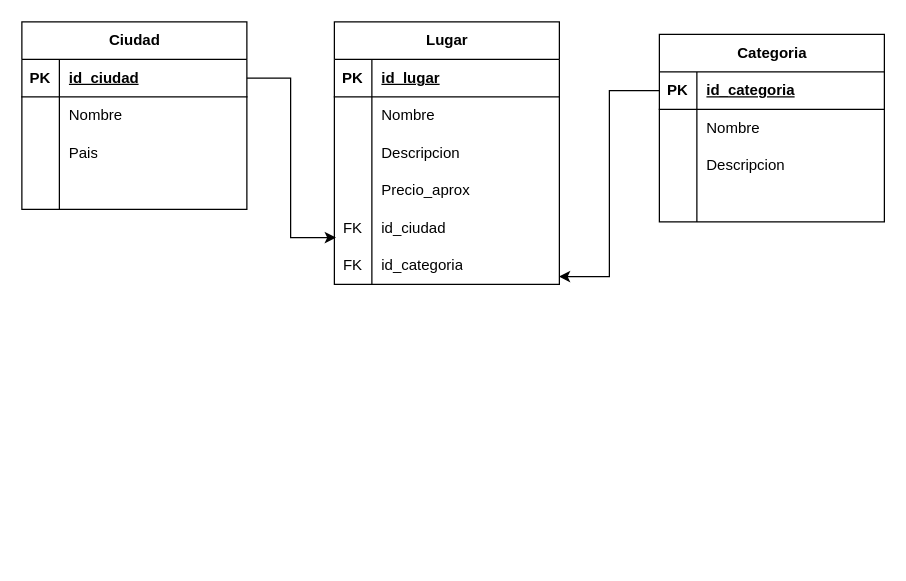
danilogar019-dotcom/erasmate-backend keeps this draw.io diagram as page "UML" (2 of 2) of docs/diagramas.drawio. Above is the earlier version. Source tidied: cells renumbered, new cells numbered last; positions are measured from the earlier drawing's top-left corner, leaving out a move shared by most shapes. Both pictures are drawn from the tidied source at 125%, with x=0, y=0 at pixel (21, 21).
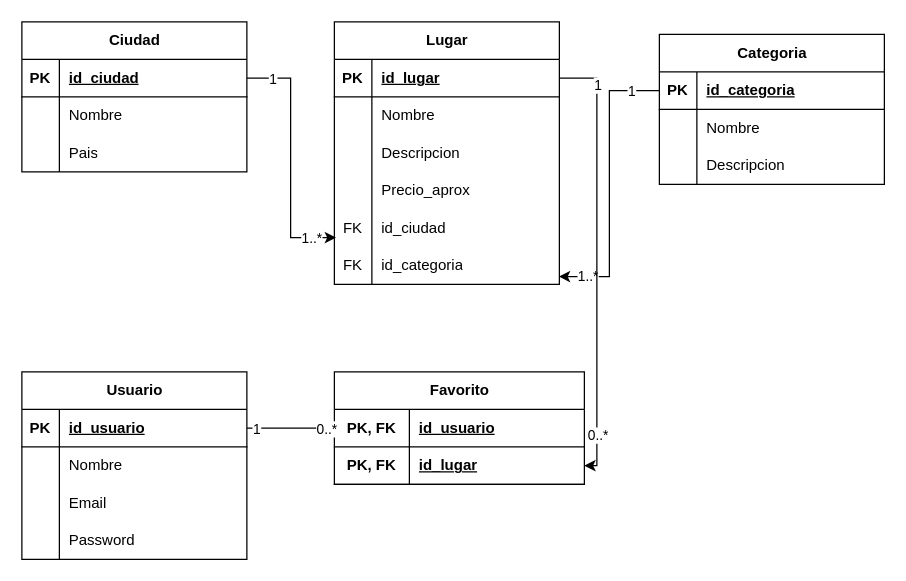
The same diagram, later.

Commit message (it also covers changes not shown here):
Ampliar modelo con Usuario y favoritos

Unchanged cells that the change refers to:
```xml
<mxCell id="16" style="shape=tableRow;horizontal=0;startSize=0;swimlaneHead=0;swimlaneBody=0;fillColor=none;points=[[0,0.5],[1,0.5]];portConstraint=eastwest;top=0;left=0;right=0;bottom=1;" parent="15" vertex="1">
  <mxGeometry y="30" width="180" height="30" as="geometry" />
</mxCell>
<mxCell id="47" style="edgeStyle=orthogonalEdgeStyle;rounded=0;jettySize=auto;html=1;exitX=1;exitY=0.5;exitDx=0;exitDy=0;entryX=0.007;entryY=0.753;entryDx=0;entryDy=0;entryPerimeter=0;" parent="1" edge="1" source="3" target="28">
  <mxGeometry relative="1" as="geometry" />
</mxCell>
<mxCell id="48" style="edgeStyle=orthogonalEdgeStyle;rounded=0;jettySize=auto;html=1;exitX=0;exitY=0.5;exitDx=0;exitDy=0;entryX=0.998;entryY=0.793;entryDx=0;entryDy=0;entryPerimeter=0;" parent="1" edge="1" source="35" target="31">
  <mxGeometry relative="1" as="geometry" />
</mxCell>
```

What changed in the source:
```diff
@@
     <mxCell id="2" value="Ciudad" style="shape=table;startSize=30;childLayout=tableLayout;rowLines=0;fontStyle=1;align=center;html=1;" parent="1" vertex="1">
-      <mxGeometry width="180" height="150" as="geometry" />
+      <mxGeometry width="180" height="120" as="geometry" />
     </mxCell>
@@
-    <mxCell id="12" style="shape=tableRow;horizontal=0;startSize=0;swimlaneHead=0;swimlaneBody=0;fillColor=none;top=0;left=0;right=0;bottom=0;" parent="2" vertex="1">
-      <mxGeometry y="120" width="180" height="30" as="geometry" />
-    </mxCell>
-    <mxCell id="13" style="shape=partialRectangle;fillColor=none;top=0;left=0;bottom=0;right=0;overflow=hidden;whiteSpace=wrap;html=1;" parent="12" vertex="1">
-      <mxGeometry width="30" height="30" as="geometry" />
-    </mxCell>
-    <mxCell id="14" style="shape=partialRectangle;fillColor=none;top=0;left=0;bottom=0;right=0;align=left;spacingLeft=6;overflow=hidden;whiteSpace=wrap;html=1;" parent="12" vertex="1">
-      <mxGeometry x="30" width="150" height="30" as="geometry" />
-    </mxCell>
@@
     <mxCell id="34" value="Categoria" style="shape=table;startSize=30;childLayout=tableLayout;rowLines=0;fontStyle=1;align=center;html=1;" parent="1" vertex="1">
-      <mxGeometry x="510" y="10" width="180" height="150" as="geometry" />
+      <mxGeometry x="510" y="10" width="180" height="120" as="geometry" />
     </mxCell>
@@
-    <mxCell id="44" style="shape=tableRow;horizontal=0;startSize=0;swimlaneHead=0;swimlaneBody=0;fillColor=none;top=0;left=0;right=0;bottom=0;" parent="34" vertex="1">
-      <mxGeometry y="120" width="180" height="30" as="geometry" />
-    </mxCell>
-    <mxCell id="45" style="shape=partialRectangle;fillColor=none;top=0;left=0;bottom=0;right=0;overflow=hidden;whiteSpace=wrap;html=1;" parent="44" vertex="1">
-      <mxGeometry width="30" height="30" as="geometry" />
-    </mxCell>
-    <mxCell id="46" style="shape=partialRectangle;fillColor=none;top=0;left=0;bottom=0;right=0;align=left;spacingLeft=6;overflow=hidden;whiteSpace=wrap;html=1;" parent="44" vertex="1">
-      <mxGeometry x="30" width="150" height="30" as="geometry" />
-    </mxCell>
@@
+    <mxCell id="49" value="Usuario" style="shape=table;startSize=30;childLayout=tableLayout;rowLines=0;fontStyle=1;align=center;html=1;" parent="1" vertex="1">
+      <mxGeometry y="280" width="180" height="150" as="geometry" />
+    </mxCell>
+    <mxCell id="50" style="shape=tableRow;horizontal=0;startSize=0;swimlaneHead=0;swimlaneBody=0;fillColor=none;points=[[0,0.5],[1,0.5]];portConstraint=eastwest;top=0;left=0;right=0;bottom=1;" parent="49" vertex="1">
+      <mxGeometry y="30" width="180" height="30" as="geometry" />
+    </mxCell>
+    <mxCell id="51" value="PK" style="shape=partialRectangle;fillColor=none;top=0;left=0;bottom=0;right=0;fontStyle=1;overflow=hidden;whiteSpace=wrap;html=1;" parent="50" vertex="1">
+      <mxGeometry width="30" height="30" as="geometry" />
+    </mxCell>
+    <mxCell id="52" value="id_usuario" style="shape=partialRectangle;fillColor=none;top=0;left=0;bottom=0;right=0;align=left;spacingLeft=6;fontStyle=5;overflow=hidden;whiteSpace=wrap;html=1;" parent="50" vertex="1">
+      <mxGeometry x="30" width="150" height="30" as="geometry" />
+    </mxCell>
+    <mxCell id="53" style="shape=tableRow;horizontal=0;startSize=0;swimlaneHead=0;swimlaneBody=0;fillColor=none;top=0;left=0;right=0;bottom=0;" parent="49" vertex="1">
+      <mxGeometry y="60" width="180" height="30" as="geometry" />
+    </mxCell>
+    <mxCell id="54" style="shape=partialRectangle;fillColor=none;top=0;left=0;bottom=0;right=0;overflow=hidden;whiteSpace=wrap;html=1;" parent="53" vertex="1">
+      <mxGeometry width="30" height="30" as="geometry" />
+    </mxCell>
+    <mxCell id="55" value="Nombre" style="shape=partialRectangle;fillColor=none;top=0;left=0;bottom=0;right=0;align=left;spacingLeft=6;overflow=hidden;whiteSpace=wrap;html=1;" parent="53" vertex="1">
+      <mxGeometry x="30" width="150" height="30" as="geometry" />
+    </mxCell>
+    <mxCell id="56" style="shape=tableRow;horizontal=0;startSize=0;swimlaneHead=0;swimlaneBody=0;fillColor=none;top=0;left=0;right=0;bottom=0;" parent="49" vertex="1">
+      <mxGeometry y="90" width="180" height="30" as="geometry" />
+    </mxCell>
+    <mxCell id="57" style="shape=partialRectangle;fillColor=none;top=0;left=0;bottom=0;right=0;overflow=hidden;whiteSpace=wrap;html=1;" parent="56" vertex="1">
+      <mxGeometry width="30" height="30" as="geometry" />
+    </mxCell>
+    <mxCell id="58" value="Email" style="shape=partialRectangle;fillColor=none;top=0;left=0;bottom=0;right=0;align=left;spacingLeft=6;overflow=hidden;whiteSpace=wrap;html=1;" parent="56" vertex="1">
+      <mxGeometry x="30" width="150" height="30" as="geometry" />
+    </mxCell>
+    <mxCell id="59" style="shape=tableRow;horizontal=0;startSize=0;swimlaneHead=0;swimlaneBody=0;fillColor=none;top=0;left=0;right=0;bottom=0;" parent="49" vertex="1">
+      <mxGeometry y="120" width="180" height="30" as="geometry" />
+    </mxCell>
+    <mxCell id="60" style="shape=partialRectangle;fillColor=none;top=0;left=0;bottom=0;right=0;overflow=hidden;whiteSpace=wrap;html=1;" parent="59" vertex="1">
+      <mxGeometry width="30" height="30" as="geometry" />
+    </mxCell>
+    <mxCell id="61" value="Password" style="shape=partialRectangle;fillColor=none;top=0;left=0;bottom=0;right=0;align=left;spacingLeft=6;overflow=hidden;whiteSpace=wrap;html=1;" parent="59" vertex="1">
+      <mxGeometry x="30" width="150" height="30" as="geometry" />
+    </mxCell>
+    <mxCell id="62" value="Favorito" style="shape=table;startSize=30;childLayout=tableLayout;rowLines=0;fontStyle=1;align=center;html=1;" parent="1" vertex="1">
+      <mxGeometry x="250" y="280" width="200" height="90" as="geometry" />
+    </mxCell>
+    <mxCell id="63" style="shape=tableRow;horizontal=0;startSize=0;swimlaneHead=0;swimlaneBody=0;fillColor=none;points=[[0,0.5],[1,0.5]];portConstraint=eastwest;top=0;left=0;right=0;bottom=1;" parent="62" vertex="1">
+      <mxGeometry y="30" width="200" height="30" as="geometry" />
+    </mxCell>
+    <mxCell id="64" value="PK, FK" style="shape=partialRectangle;fillColor=none;top=0;left=0;bottom=0;right=0;fontStyle=1;overflow=hidden;whiteSpace=wrap;html=1;" parent="63" vertex="1">
+      <mxGeometry width="60" height="30" as="geometry" />
+    </mxCell>
+    <mxCell id="65" value="id_usuario" style="shape=partialRectangle;fillColor=none;top=0;left=0;bottom=0;right=0;align=left;spacingLeft=6;fontStyle=5;overflow=hidden;whiteSpace=wrap;html=1;" parent="63" vertex="1">
+      <mxGeometry x="60" width="140" height="30" as="geometry" />
+    </mxCell>
+    <mxCell id="66" style="shape=tableRow;horizontal=0;startSize=0;swimlaneHead=0;swimlaneBody=0;fillColor=none;points=[[0,0.5],[1,0.5]];portConstraint=eastwest;top=0;left=0;right=0;bottom=1;" parent="62" vertex="1">
+      <mxGeometry y="60" width="200" height="30" as="geometry" />
+    </mxCell>
+    <mxCell id="67" value="PK, FK" style="shape=partialRectangle;fillColor=none;top=0;left=0;bottom=0;right=0;fontStyle=1;overflow=hidden;whiteSpace=wrap;html=1;" parent="66" vertex="1">
+      <mxGeometry width="60" height="30" as="geometry" />
+    </mxCell>
+    <mxCell id="68" value="id_lugar" style="shape=partialRectangle;fillColor=none;top=0;left=0;bottom=0;right=0;align=left;spacingLeft=6;fontStyle=5;overflow=hidden;whiteSpace=wrap;html=1;" parent="66" vertex="1">
+      <mxGeometry x="60" width="140" height="30" as="geometry" />
+    </mxCell>
+    <mxCell id="69" value="1" style="edgeLabel;html=1;align=center;verticalAlign=middle;" parent="47" vertex="1">
+      <mxGeometry x="-0.8" relative="1" as="geometry" />
+    </mxCell>
+    <mxCell id="70" value="1..*" style="edgeLabel;html=1;align=center;verticalAlign=middle;" parent="47" vertex="1">
+      <mxGeometry x="0.8" relative="1" as="geometry" />
+    </mxCell>
+    <mxCell id="71" value="1" style="edgeLabel;html=1;align=center;verticalAlign=middle;" parent="48" vertex="1">
+      <mxGeometry x="-0.8" relative="1" as="geometry" />
+    </mxCell>
+    <mxCell id="72" value="1..*" style="edgeLabel;html=1;align=center;verticalAlign=middle;" parent="48" vertex="1">
+      <mxGeometry x="0.8" relative="1" as="geometry" />
+    </mxCell>
+    <mxCell id="73" style="edgeStyle=orthogonalEdgeStyle;rounded=0;html=1;exitX=1;exitY=0.5;entryX=0;entryY=0.5;" parent="1" edge="1" source="50" target="63">
+      <mxGeometry relative="1" as="geometry" />
+    </mxCell>
+    <mxCell id="74" style="edgeStyle=orthogonalEdgeStyle;rounded=0;html=1;exitX=1;exitY=0.5;entryX=1;entryY=0.5;" parent="1" edge="1" source="16" target="66">
+      <mxGeometry relative="1" as="geometry" />
+    </mxCell>
+    <mxCell id="75" value="1" style="edgeLabel;html=1;align=center;verticalAlign=middle;" parent="73" vertex="1">
+      <mxGeometry x="-0.8" relative="1" as="geometry" />
+    </mxCell>
+    <mxCell id="76" value="0..*" style="edgeLabel;html=1;align=center;verticalAlign=middle;" parent="73" vertex="1">
+      <mxGeometry x="0.8" relative="1" as="geometry" />
+    </mxCell>
+    <mxCell id="77" value="1" style="edgeLabel;html=1;align=center;verticalAlign=middle;" parent="74" vertex="1">
+      <mxGeometry x="-0.8" relative="1" as="geometry" />
+    </mxCell>
+    <mxCell id="78" value="0..*" style="edgeLabel;html=1;align=center;verticalAlign=middle;" parent="74" vertex="1">
+      <mxGeometry x="0.8" relative="1" as="geometry" />
+    </mxCell>
```
